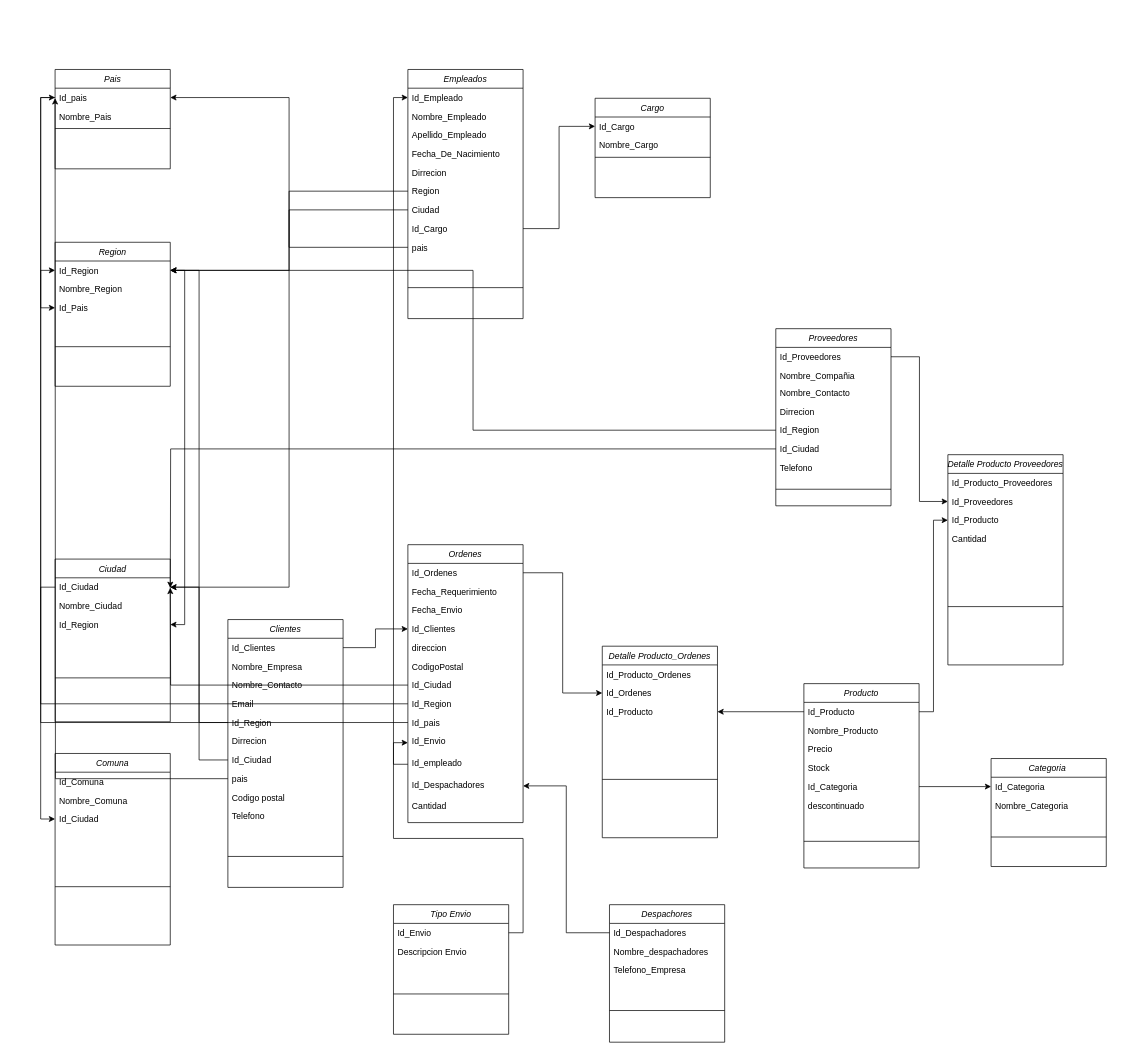
Earlier version of the draw.io diagram Untitled Diagram.drawio (Anibalvelozo/Test). Source tidied: cells renumbered, new cells numbered last; positions are measured from the earlier drawing's top-left corner, leaving out a move shared by most shapes. Both pictures are drawn from the tidied source at 72%, with x=0, y=0 at pixel (55, 69).
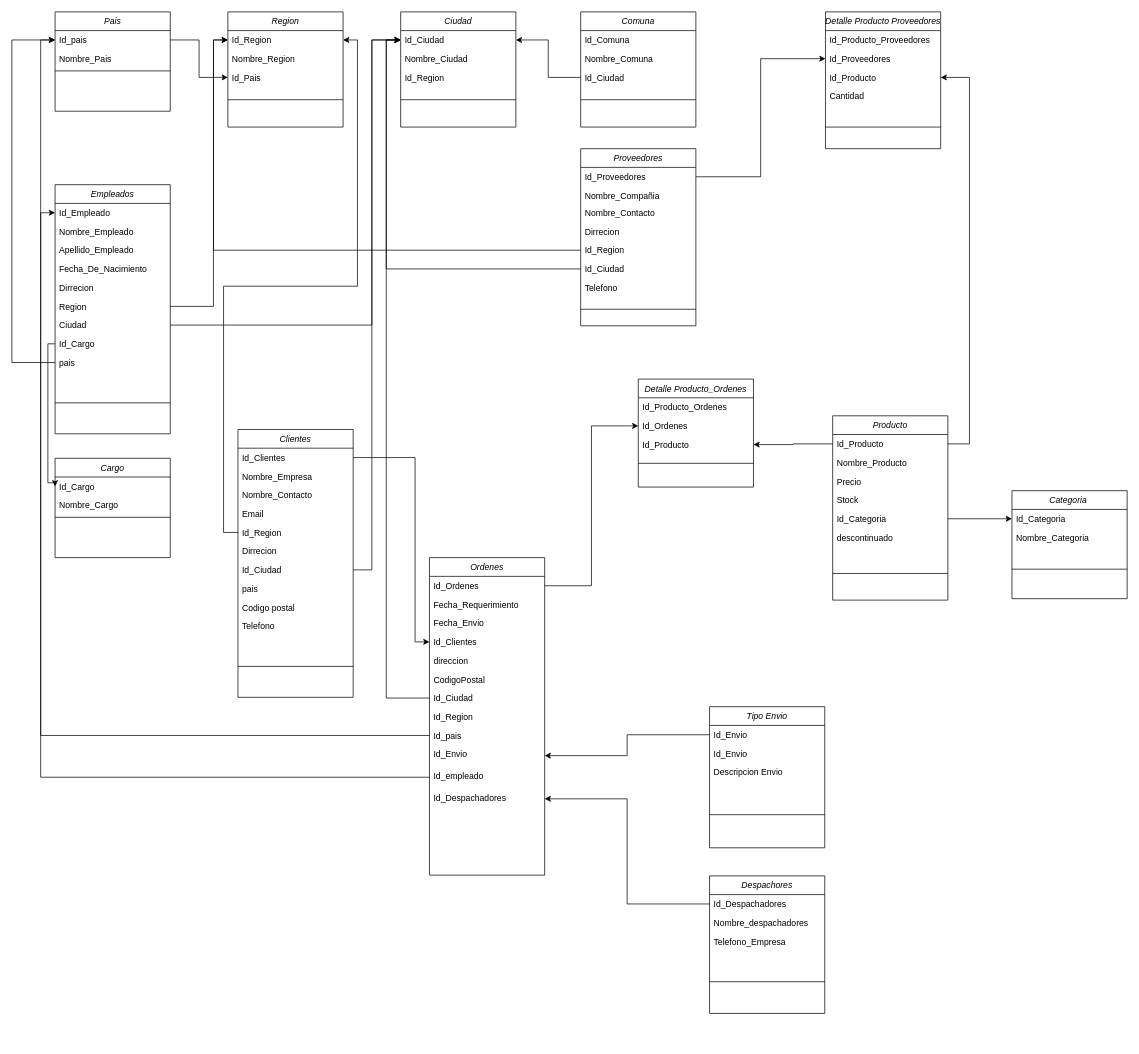
The same page after the edit.

The change refers to these unchanged cells:
```xml
<mxCell id="3" value="Id_pais" style="text;align=left;verticalAlign=top;spacingLeft=4;spacingRight=4;overflow=hidden;points=[[0,0.5],[1,0.5]];portConstraint=eastwest;" parent="2" vertex="1">
  <mxGeometry y="26" width="160" height="26" as="geometry" />
</mxCell>
<mxCell id="7" value="Id_Ciudad" style="text;align=left;verticalAlign=top;spacingLeft=4;spacingRight=4;overflow=hidden;points=[[0,0.5],[1,0.5]];portConstraint=eastwest;" parent="6" vertex="1">
  <mxGeometry y="26" width="160" height="26" as="geometry" />
</mxCell>
<mxCell id="9" value="Id_Region" style="text;align=left;verticalAlign=top;spacingLeft=4;spacingRight=4;overflow=hidden;points=[[0,0.5],[1,0.5]];portConstraint=eastwest;rounded=0;shadow=0;html=0;" parent="6" vertex="1">
  <mxGeometry y="78" width="160" height="26" as="geometry" />
</mxCell>
<mxCell id="14" value="Id_Ciudad" style="text;align=left;verticalAlign=top;spacingLeft=4;spacingRight=4;overflow=hidden;points=[[0,0.5],[1,0.5]];portConstraint=eastwest;rounded=0;shadow=0;html=0;" parent="11" vertex="1">
  <mxGeometry y="78" width="160" height="26" as="geometry" />
</mxCell>
<mxCell id="17" value="Id_Region" style="text;align=left;verticalAlign=top;spacingLeft=4;spacingRight=4;overflow=hidden;points=[[0,0.5],[1,0.5]];portConstraint=eastwest;" parent="16" vertex="1">
  <mxGeometry y="26" width="160" height="26" as="geometry" />
</mxCell>
<mxCell id="30" value="Region" style="text;align=left;verticalAlign=top;spacingLeft=4;spacingRight=4;overflow=hidden;points=[[0,0.5],[1,0.5]];portConstraint=eastwest;rounded=0;shadow=0;html=0;" parent="24" vertex="1">
  <mxGeometry y="156" width="160" height="26" as="geometry" />
</mxCell>
<mxCell id="31" value="Ciudad" style="text;align=left;verticalAlign=top;spacingLeft=4;spacingRight=4;overflow=hidden;points=[[0,0.5],[1,0.5]];portConstraint=eastwest;rounded=0;shadow=0;html=0;" parent="24" vertex="1">
  <mxGeometry y="182" width="160" height="26" as="geometry" />
</mxCell>
<mxCell id="32" value="Id_Cargo" style="text;align=left;verticalAlign=top;spacingLeft=4;spacingRight=4;overflow=hidden;points=[[0,0.5],[1,0.5]];portConstraint=eastwest;rounded=0;shadow=0;html=0;" parent="24" vertex="1">
  <mxGeometry y="208" width="160" height="26" as="geometry" />
</mxCell>
<mxCell id="33" value="pais" style="text;align=left;verticalAlign=top;spacingLeft=4;spacingRight=4;overflow=hidden;points=[[0,0.5],[1,0.5]];portConstraint=eastwest;rounded=0;shadow=0;html=0;" parent="24" vertex="1">
  <mxGeometry y="234" width="160" height="26" as="geometry" />
</mxCell>
<mxCell id="39" value="Id_Cargo" style="text;align=left;verticalAlign=top;spacingLeft=4;spacingRight=4;overflow=hidden;points=[[0,0.5],[1,0.5]];portConstraint=eastwest;" parent="38" vertex="1">
  <mxGeometry y="26" width="160" height="26" as="geometry" />
</mxCell>
<mxCell id="44" value="Id_Clientes" style="text;align=left;verticalAlign=top;spacingLeft=4;spacingRight=4;overflow=hidden;points=[[0,0.5],[1,0.5]];portConstraint=eastwest;" parent="43" vertex="1">
  <mxGeometry y="26" width="160" height="26" as="geometry" />
</mxCell>
<mxCell id="50" value="Id_Ciudad" style="text;align=left;verticalAlign=top;spacingLeft=4;spacingRight=4;overflow=hidden;points=[[0,0.5],[1,0.5]];portConstraint=eastwest;rounded=0;shadow=0;html=0;" parent="43" vertex="1">
  <mxGeometry y="182" width="160" height="26" as="geometry" />
</mxCell>
<mxCell id="51" value="pais" style="text;align=left;verticalAlign=top;spacingLeft=4;spacingRight=4;overflow=hidden;points=[[0,0.5],[1,0.5]];portConstraint=eastwest;rounded=0;shadow=0;html=0;" parent="43" vertex="1">
  <mxGeometry y="208" width="160" height="26" as="geometry" />
</mxCell>
<mxCell id="69" value="Id_Region" style="text;align=left;verticalAlign=top;spacingLeft=4;spacingRight=4;overflow=hidden;points=[[0,0.5],[1,0.5]];portConstraint=eastwest;rounded=0;shadow=0;html=0;" parent="64" vertex="1">
  <mxGeometry y="128" width="160" height="26" as="geometry" />
</mxCell>
<mxCell id="70" value="Id_Ciudad" style="text;align=left;verticalAlign=top;spacingLeft=4;spacingRight=4;overflow=hidden;points=[[0,0.5],[1,0.5]];portConstraint=eastwest;rounded=0;shadow=0;html=0;" parent="64" vertex="1">
  <mxGeometry y="154" width="160" height="26" as="geometry" />
</mxCell>
<mxCell id="74" value="Id_Producto" style="text;align=left;verticalAlign=top;spacingLeft=4;spacingRight=4;overflow=hidden;points=[[0,0.5],[1,0.5]];portConstraint=eastwest;" parent="73" vertex="1">
  <mxGeometry y="26" width="160" height="26" as="geometry" />
</mxCell>
<mxCell id="85" value="Id_Clientes" style="text;align=left;verticalAlign=top;spacingLeft=4;spacingRight=4;overflow=hidden;points=[[0,0.5],[1,0.5]];portConstraint=eastwest;rounded=0;shadow=0;html=0;" parent="81" vertex="1">
  <mxGeometry y="104" width="160" height="26" as="geometry" />
</mxCell>
<mxCell id="88" value="Id_Ciudad" style="text;align=left;verticalAlign=top;spacingLeft=4;spacingRight=4;overflow=hidden;points=[[0,0.5],[1,0.5]];portConstraint=eastwest;rounded=0;shadow=0;html=0;" parent="81" vertex="1">
  <mxGeometry y="182" width="160" height="26" as="geometry" />
</mxCell>
<mxCell id="89" value="Id_Region" style="text;align=left;verticalAlign=top;spacingLeft=4;spacingRight=4;overflow=hidden;points=[[0,0.5],[1,0.5]];portConstraint=eastwest;rounded=0;shadow=0;html=0;" parent="81" vertex="1">
  <mxGeometry y="208" width="160" height="26" as="geometry" />
</mxCell>
<mxCell id="90" value="Id_pais" style="text;align=left;verticalAlign=top;spacingLeft=4;spacingRight=4;overflow=hidden;points=[[0,0.5],[1,0.5]];portConstraint=eastwest;rounded=0;shadow=0;html=0;" parent="81" vertex="1">
  <mxGeometry y="234" width="160" height="26" as="geometry" />
</mxCell>
<mxCell id="91" value="Id_Envio" style="text;align=left;verticalAlign=top;spacingLeft=4;spacingRight=4;overflow=hidden;points=[[0,0.5],[1,0.5]];portConstraint=eastwest;rounded=0;shadow=0;html=0;" parent="81" vertex="1">
  <mxGeometry y="260" width="160" height="30" as="geometry" />
</mxCell>
<mxCell id="117" value="Id_Producto" style="text;align=left;verticalAlign=top;spacingLeft=4;spacingRight=4;overflow=hidden;points=[[0,0.5],[1,0.5]];portConstraint=eastwest;rounded=0;shadow=0;html=0;" parent="114" vertex="1">
  <mxGeometry y="78" width="160" height="26" as="geometry" />
</mxCell>
```

The edit, as a diff of the source:
```diff
@@
     <mxCell id="2" value="Pais" style="swimlane;fontStyle=2;align=center;verticalAlign=top;horizontal=1;startSize=26;rounded=0;shadow=0;strokeWidth=1;" parent="1" vertex="1">
-      <mxGeometry width="160" height="138" as="geometry" />
+      <mxGeometry y="-80" width="160" height="138" as="geometry" />
     </mxCell>
@@
     <mxCell id="6" value="Ciudad" style="swimlane;fontStyle=2;align=center;verticalAlign=top;horizontal=1;startSize=26;rounded=0;shadow=0;strokeWidth=1;" parent="1" vertex="1">
-      <mxGeometry y="680" width="160" height="226" as="geometry" />
+      <mxGeometry x="480" y="-80" width="160" height="160" as="geometry" />
     </mxCell>
@@
     <mxCell id="10" style="line;html=1;strokeWidth=1;align=left;verticalAlign=middle;spacingTop=-1;spacingLeft=3;spacingRight=3;labelPosition=right;" parent="6" vertex="1">
-      <mxGeometry y="104" width="160" height="122" as="geometry" />
+      <mxGeometry y="104" width="160" height="36" as="geometry" />
     </mxCell>
     <mxCell id="11" value="Comuna" style="swimlane;fontStyle=2;align=center;verticalAlign=top;horizontal=1;startSize=26;rounded=0;shadow=0;strokeWidth=1;" parent="1" vertex="1">
-      <mxGeometry y="950" width="160" height="266" as="geometry" />
+      <mxGeometry x="730" y="-80" width="160" height="160" as="geometry" />
     </mxCell>
@@
     <mxCell id="15" style="line;html=1;strokeWidth=1;align=left;verticalAlign=middle;spacingTop=-1;spacingLeft=3;spacingRight=3;labelPosition=right;" parent="11" vertex="1">
-      <mxGeometry y="104" width="160" height="162" as="geometry" />
+      <mxGeometry y="104" width="160" height="36" as="geometry" />
     </mxCell>
     <mxCell id="16" value="Region" style="swimlane;fontStyle=2;align=center;verticalAlign=top;horizontal=1;startSize=26;rounded=0;shadow=0;strokeWidth=1;" parent="1" vertex="1">
-      <mxGeometry y="240" width="160" height="200" as="geometry" />
+      <mxGeometry x="240" y="-80" width="160" height="160" as="geometry" />
     </mxCell>
@@
     <mxCell id="20" style="line;html=1;strokeWidth=1;align=left;verticalAlign=middle;spacingTop=-1;spacingLeft=3;spacingRight=3;labelPosition=right;" parent="16" vertex="1">
-      <mxGeometry y="104" width="160" height="82" as="geometry" />
+      <mxGeometry y="104" width="160" height="36" as="geometry" />
     </mxCell>
@@
-    <mxCell id="22" style="edgeStyle=orthogonalEdgeStyle;rounded=0;jettySize=auto;html=1;exitX=1;exitY=0.5;exitDx=0;exitDy=0;entryX=1;entryY=0.5;entryDx=0;entryDy=0;" parent="1" edge="1" source="17" target="9">
-      <mxGeometry relative="1" as="geometry" />
-    </mxCell>
-    <mxCell id="23" style="edgeStyle=orthogonalEdgeStyle;rounded=0;jettySize=auto;html=1;entryX=0;entryY=0.5;entryDx=0;entryDy=0;" parent="1" edge="1" source="7" target="14">
-      <mxGeometry relative="1" as="geometry" />
-    </mxCell>
     <mxCell id="24" value="Empleados" style="swimlane;fontStyle=2;align=center;verticalAlign=top;horizontal=1;startSize=26;rounded=0;shadow=0;strokeWidth=1;" parent="1" vertex="1">
-      <mxGeometry x="490" width="160" height="346" as="geometry" />
+      <mxGeometry y="160" width="160" height="346" as="geometry" />
     </mxCell>
@@
-    <mxCell id="35" style="edgeStyle=orthogonalEdgeStyle;rounded=0;jettySize=auto;html=1;entryX=1;entryY=0.5;entryDx=0;entryDy=0;" parent="1" edge="1" source="33" target="3">
-      <mxGeometry relative="1" as="geometry" />
-    </mxCell>
     <mxCell id="36" style="edgeStyle=orthogonalEdgeStyle;rounded=0;jettySize=auto;html=1;" parent="1" edge="1" source="31" target="7">
-      <mxGeometry relative="1" as="geometry" />
+      <mxGeometry relative="1" as="geometry">
+        <Array as="points">
+          <mxPoint x="440" y="355" />
+          <mxPoint x="440" y="-41" />
+        </Array>
+      </mxGeometry>
     </mxCell>
     <mxCell id="37" style="edgeStyle=orthogonalEdgeStyle;rounded=0;jettySize=auto;html=1;" parent="1" edge="1" source="30" target="17">
-      <mxGeometry relative="1" as="geometry" />
+      <mxGeometry relative="1" as="geometry">
+        <Array as="points">
+          <mxPoint x="220" y="329" />
+          <mxPoint x="220" y="-41" />
+        </Array>
+      </mxGeometry>
     </mxCell>
     <mxCell id="38" value="Cargo" style="swimlane;fontStyle=2;align=center;verticalAlign=top;horizontal=1;startSize=26;rounded=0;shadow=0;strokeWidth=1;" parent="1" vertex="1">
-      <mxGeometry x="750" y="40" width="160" height="138" as="geometry" />
+      <mxGeometry y="540" width="160" height="138" as="geometry" />
     </mxCell>
@@
     <mxCell id="42" style="edgeStyle=orthogonalEdgeStyle;rounded=0;jettySize=auto;html=1;entryX=0;entryY=0.5;entryDx=0;entryDy=0;" parent="1" edge="1" source="32" target="39">
-      <mxGeometry relative="1" as="geometry" />
+      <mxGeometry relative="1" as="geometry">
+        <Array as="points">
+          <mxPoint x="-10" y="381" />
+          <mxPoint x="-10" y="574" />
+        </Array>
+      </mxGeometry>
     </mxCell>
     <mxCell id="43" value="Clientes" style="swimlane;fontStyle=2;align=center;verticalAlign=top;horizontal=1;startSize=26;rounded=0;shadow=0;strokeWidth=1;" parent="1" vertex="1">
-      <mxGeometry x="240" y="764" width="160" height="372" as="geometry" />
+      <mxGeometry x="254" y="500" width="160" height="372" as="geometry" />
     </mxCell>
@@
     <mxCell id="55" value="Despachores" style="swimlane;fontStyle=2;align=center;verticalAlign=top;horizontal=1;startSize=26;rounded=0;shadow=0;strokeWidth=1;" parent="1" vertex="1">
-      <mxGeometry x="770" y="1160" width="160" height="191" as="geometry" />
+      <mxGeometry x="909" y="1120" width="160" height="191" as="geometry" />
     </mxCell>
@@
     <mxCell id="60" value="Categoria " style="swimlane;fontStyle=2;align=center;verticalAlign=top;horizontal=1;startSize=26;rounded=0;shadow=0;strokeWidth=1;" parent="1" vertex="1">
-      <mxGeometry x="1300" y="957" width="160" height="150" as="geometry" />
+      <mxGeometry x="1329" y="585" width="160" height="150" as="geometry" />
     </mxCell>
@@
     <mxCell id="64" value="Proveedores" style="swimlane;fontStyle=2;align=center;verticalAlign=top;horizontal=1;startSize=26;rounded=0;shadow=0;strokeWidth=1;" parent="1" vertex="1">
-      <mxGeometry x="1001" y="360" width="160" height="246" as="geometry" />
+      <mxGeometry x="730" y="110" width="160" height="246" as="geometry" />
     </mxCell>
@@
     <mxCell id="73" value="Producto" style="swimlane;fontStyle=2;align=center;verticalAlign=top;horizontal=1;startSize=26;rounded=0;shadow=0;strokeWidth=1;" parent="1" vertex="1">
-      <mxGeometry x="1040" y="853" width="160" height="256" as="geometry" />
+      <mxGeometry x="1080" y="481" width="160" height="256" as="geometry" />
     </mxCell>
@@
     <mxCell id="81" value="Ordenes" style="swimlane;fontStyle=2;align=center;verticalAlign=top;horizontal=1;startSize=26;rounded=0;shadow=0;strokeWidth=1;" parent="1" vertex="1">
-      <mxGeometry x="490" y="660" width="160" height="386" as="geometry" />
+      <mxGeometry x="520" y="678" width="160" height="441" as="geometry" />
     </mxCell>
@@
     <mxCell id="94" value="Tipo Envio" style="swimlane;fontStyle=2;align=center;verticalAlign=top;horizontal=1;startSize=26;rounded=0;shadow=0;strokeWidth=1;" parent="1" vertex="1">
-      <mxGeometry x="470" y="1160" width="160" height="180" as="geometry" />
+      <mxGeometry x="909" y="885" width="160" height="196" as="geometry" />
     </mxCell>
+    <mxCell id="127" value="Id_Envio" style="text;align=left;verticalAlign=top;spacingLeft=4;spacingRight=4;overflow=hidden;points=[[0,0.5],[1,0.5]];portConstraint=eastwest;" parent="94" vertex="1">
+      <mxGeometry y="26" width="160" height="26" as="geometry" />
+    </mxCell>
     <mxCell id="95" value="Id_Envio" style="text;align=left;verticalAlign=top;spacingLeft=4;spacingRight=4;overflow=hidden;points=[[0,0.5],[1,0.5]];portConstraint=eastwest;" parent="94" vertex="1">
-      <mxGeometry y="26" width="160" height="26" as="geometry" />
+      <mxGeometry y="52" width="160" height="26" as="geometry" />
     </mxCell>
     <mxCell id="96" value="Descripcion Envio" style="text;align=left;verticalAlign=top;spacingLeft=4;spacingRight=4;overflow=hidden;rounded=0;shadow=0;html=0;" parent="94" vertex="1">
-      <mxGeometry y="52" width="160" height="26" as="geometry" />
+      <mxGeometry y="78" width="160" height="26" as="geometry" />
     </mxCell>
     <mxCell id="97" style="line;html=1;strokeWidth=1;align=left;verticalAlign=middle;spacingTop=-1;spacingLeft=3;spacingRight=3;labelPosition=right;" parent="94" vertex="1">
-      <mxGeometry y="78" width="160" height="92" as="geometry" />
+      <mxGeometry y="104" width="160" height="92" as="geometry" />
     </mxCell>
     <mxCell id="98" value="Detalle Producto_Ordenes" style="swimlane;fontStyle=2;align=center;verticalAlign=top;horizontal=1;startSize=26;rounded=0;shadow=0;strokeWidth=1;" parent="1" vertex="1">
-      <mxGeometry x="760" y="801" width="160" height="266" as="geometry" />
+      <mxGeometry x="810" y="430" width="160" height="150" as="geometry" />
     </mxCell>
@@
     <mxCell id="102" style="line;html=1;strokeWidth=1;align=left;verticalAlign=middle;spacingTop=-1;spacingLeft=3;spacingRight=3;labelPosition=right;" parent="98" vertex="1">
-      <mxGeometry y="104" width="160" height="162" as="geometry" />
+      <mxGeometry y="104" width="160" height="26" as="geometry" />
     </mxCell>
@@
     <mxCell id="105" style="edgeStyle=orthogonalEdgeStyle;rounded=0;jettySize=auto;html=1;exitX=1;exitY=0.5;exitDx=0;exitDy=0;entryX=0;entryY=0.5;entryDx=0;entryDy=0;" parent="1" edge="1" source="44" target="85">
-      <mxGeometry relative="1" as="geometry" />
+      <mxGeometry relative="1" as="geometry">
+        <Array as="points">
+          <mxPoint x="500" y="539" />
+          <mxPoint x="500" y="795" />
+        </Array>
+      </mxGeometry>
     </mxCell>
-    <mxCell id="106" style="edgeStyle=orthogonalEdgeStyle;rounded=0;jettySize=auto;html=1;entryX=1;entryY=0.5;entryDx=0;entryDy=0;" parent="1" edge="1" source="50" target="7">
-      <mxGeometry relative="1" as="geometry" />
+    <mxCell id="106" style="edgeStyle=orthogonalEdgeStyle;rounded=0;jettySize=auto;html=1;exitX=1;exitY=0.5;exitDx=0;exitDy=0;" parent="1" edge="1" source="50">
+      <mxGeometry relative="1" as="geometry">
+        <mxPoint x="480" y="-41" as="targetPoint" />
+        <Array as="points">
+          <mxPoint x="440" y="695" />
+          <mxPoint x="440" y="-41" />
+        </Array>
+      </mxGeometry>
     </mxCell>
@@
-    <mxCell id="108" style="edgeStyle=orthogonalEdgeStyle;rounded=0;jettySize=auto;html=1;" parent="1" edge="1" source="70">
-      <mxGeometry relative="1" as="geometry">
-        <mxPoint x="160" y="720" as="targetPoint" />
-      </mxGeometry>
-    </mxCell>
-    <mxCell id="109" style="edgeStyle=orthogonalEdgeStyle;rounded=0;jettySize=auto;html=1;entryX=1;entryY=0.5;entryDx=0;entryDy=0;" parent="1" edge="1" source="69" target="17">
-      <mxGeometry relative="1" as="geometry" />
-    </mxCell>
@@
-    <mxCell id="111" style="edgeStyle=orthogonalEdgeStyle;rounded=0;jettySize=auto;html=1;entryX=0;entryY=0.5;entryDx=0;entryDy=0;" parent="1" edge="1" source="95" target="91">
-      <mxGeometry relative="1" as="geometry" />
-    </mxCell>
@@
     <mxCell id="114" value="Detalle Producto Proveedores" style="swimlane;fontStyle=2;align=center;verticalAlign=top;horizontal=1;startSize=26;rounded=0;shadow=0;strokeWidth=1;" parent="1" vertex="1">
-      <mxGeometry x="1240" y="535" width="160" height="292" as="geometry" />
+      <mxGeometry x="1070" y="-80" width="160" height="190" as="geometry" />
     </mxCell>
@@
     <mxCell id="119" style="line;html=1;strokeWidth=1;align=left;verticalAlign=middle;spacingTop=-1;spacingLeft=3;spacingRight=3;labelPosition=right;" parent="114" vertex="1">
-      <mxGeometry y="130" width="160" height="162" as="geometry" />
+      <mxGeometry y="130" width="160" height="60" as="geometry" />
     </mxCell>
@@
+    <mxCell id="123" style="edgeStyle=orthogonalEdgeStyle;rounded=0;jettySize=auto;html=1;entryX=0;entryY=0.5;entryDx=0;entryDy=0;" parent="1" edge="1" source="90" target="3">
+      <mxGeometry relative="1" as="geometry" />
+    </mxCell>
+    <mxCell id="125" style="edgeStyle=orthogonalEdgeStyle;rounded=0;jettySize=auto;html=1;entryX=0;entryY=0.5;entryDx=0;entryDy=0;" parent="1" edge="1" source="88" target="7">
+      <mxGeometry relative="1" as="geometry" />
+    </mxCell>
+    <mxCell id="35" style="edgeStyle=orthogonalEdgeStyle;rounded=0;jettySize=auto;html=1;exitX=0;exitY=0.5;exitDx=0;exitDy=0;entryX=0;entryY=0.5;entryDx=0;entryDy=0;" parent="1" edge="1" source="33" target="3">
+      <mxGeometry relative="1" as="geometry">
+        <Array as="points">
+          <mxPoint x="-60" y="407" />
+          <mxPoint x="-60" y="-41" />
+        </Array>
+      </mxGeometry>
+    </mxCell>
+    <mxCell id="128" style="edgeStyle=orthogonalEdgeStyle;rounded=0;jettySize=auto;html=1;entryX=0;entryY=0.5;entryDx=0;entryDy=0;" parent="1" edge="1" source="70" target="7">
+      <mxGeometry relative="1" as="geometry" />
+    </mxCell>
+    <mxCell id="109" style="edgeStyle=orthogonalEdgeStyle;rounded=0;jettySize=auto;html=1;entryX=0;entryY=0.5;entryDx=0;entryDy=0;" parent="1" edge="1" source="69" target="17">
+      <mxGeometry relative="1" as="geometry" />
+    </mxCell>
-    <mxCell id="121" style="edgeStyle=orthogonalEdgeStyle;rounded=0;jettySize=auto;html=1;" parent="1" edge="1" source="74" target="117">
-      <mxGeometry relative="1" as="geometry" />
+    <mxCell id="121" style="edgeStyle=orthogonalEdgeStyle;rounded=0;jettySize=auto;html=1;exitX=1;exitY=0.5;exitDx=0;exitDy=0;" parent="1" edge="1" source="74" target="117">
+      <mxGeometry relative="1" as="geometry">
+        <Array as="points">
+          <mxPoint x="1270" y="520" />
+          <mxPoint x="1270" y="11" />
+        </Array>
+      </mxGeometry>
     </mxCell>
-    <mxCell id="122" value="Cantidad" style="text;align=left;verticalAlign=top;spacingLeft=4;spacingRight=4;overflow=hidden;rounded=0;shadow=0;html=0;" parent="1" vertex="1">
-      <mxGeometry x="490" y="1010" width="160" height="30" as="geometry" />
-    </mxCell>
-    <mxCell id="123" style="edgeStyle=orthogonalEdgeStyle;rounded=0;jettySize=auto;html=1;entryX=0;entryY=0.5;entryDx=0;entryDy=0;" parent="1" edge="1" source="90" target="3">
-      <mxGeometry relative="1" as="geometry" />
-    </mxCell>
-    <mxCell id="124" style="edgeStyle=orthogonalEdgeStyle;rounded=0;jettySize=auto;html=1;entryX=0;entryY=0.5;entryDx=0;entryDy=0;" parent="1" edge="1" source="89" target="17">
-      <mxGeometry relative="1" as="geometry" />
-    </mxCell>
-    <mxCell id="125" style="edgeStyle=orthogonalEdgeStyle;rounded=0;jettySize=auto;html=1;" parent="1" edge="1" source="88">
-      <mxGeometry relative="1" as="geometry">
-        <mxPoint x="160" y="720" as="targetPoint" />
-      </mxGeometry>
-    </mxCell>
-    <mxCell id="126" style="edgeStyle=orthogonalEdgeStyle;rounded=0;jettySize=auto;html=1;" parent="1" edge="1" source="51">
-      <mxGeometry relative="1" as="geometry">
-        <mxPoint y="40" as="targetPoint" />
-      </mxGeometry>
-    </mxCell>
+    <mxCell id="129" style="edgeStyle=orthogonalEdgeStyle;rounded=0;jettySize=auto;html=1;" parent="1" edge="1" source="14" target="7">
+      <mxGeometry relative="1" as="geometry" />
+    </mxCell>
+    <mxCell id="130" style="edgeStyle=orthogonalEdgeStyle;rounded=0;jettySize=auto;html=1;entryX=1;entryY=0.5;entryDx=0;entryDy=0;" parent="1" edge="1" source="127" target="91">
+      <mxGeometry relative="1" as="geometry" />
+    </mxCell>
```
